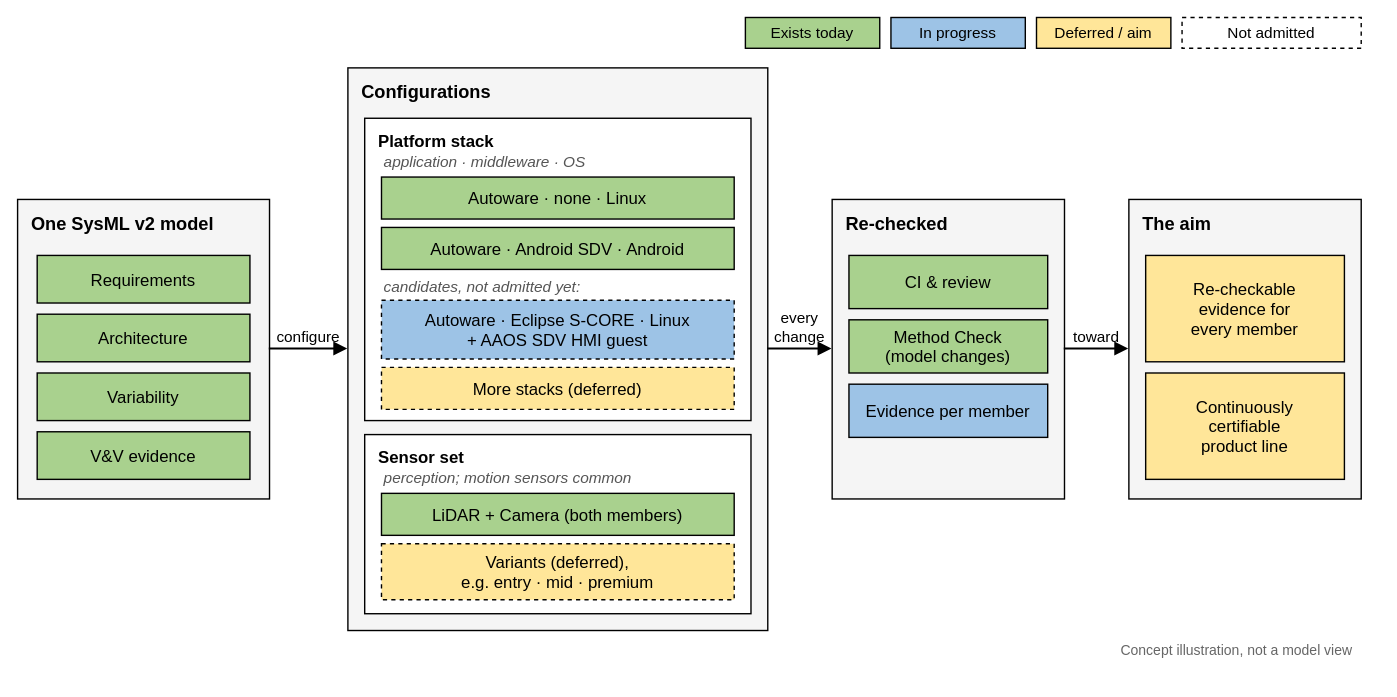
The draw.io diagram docs/getting-started/concept-vision-and-aim.drawio.svg in de4sdv/DE4SDV, before a commit. Source tidied: cells renumbered, new cells last; positions are measured from the earlier drawing's top-left corner, leaving out a move shared by most shapes. Its diagram source:
```xml
<mxGraphModel background="#ffffff">
  <root>
    <mxCell id="0" />
    <mxCell id="1" parent="0" />
    <mxCell id="2" value="Deferred / aim" style="rounded=0;html=0;strokeColor=#000000;strokeWidth=1;fontSize=11;fontFamily=Helvetica;fontColor=#000000;fillColor=#ffe699;" parent="1" vertex="1">
      <mxGeometry x="728" width="96" height="22" as="geometry" />
    </mxCell>
    <mxCell id="3" value="In progress" style="rounded=0;html=0;strokeColor=#000000;strokeWidth=1;fontSize=11;fontFamily=Helvetica;fontColor=#000000;fillColor=#9dc3e6;" parent="1" vertex="1">
      <mxGeometry x="624" width="96" height="22" as="geometry" />
    </mxCell>
    <mxCell id="4" value="Exists today" style="rounded=0;html=0;strokeColor=#000000;strokeWidth=1;fontSize=11;fontFamily=Helvetica;fontColor=#000000;fillColor=#a9d18e;" parent="1" vertex="1">
      <mxGeometry x="520" width="96" height="22" as="geometry" />
    </mxCell>
    <mxCell id="5" value="Not admitted" style="rounded=0;html=0;strokeColor=#000000;strokeWidth=1;fontSize=11;fontFamily=Helvetica;fontColor=#000000;fillColor=#ffffff;dashed=1;" parent="1" vertex="1">
      <mxGeometry x="832" width="128" height="22" as="geometry" />
    </mxCell>
    <mxCell id="6" value="Configurations" style="rounded=0;html=0;fillColor=#f5f5f5;strokeColor=#000000;strokeWidth=1;verticalAlign=top;align=left;spacingLeft=8;spacingTop=3;fontStyle=1;fontSize=13;fontFamily=Helvetica;fontColor=#000000;" parent="1" vertex="1">
      <mxGeometry x="236" y="36" width="300" height="402" as="geometry" />
    </mxCell>
    <mxCell id="7" value="Platform stack" style="rounded=0;html=0;fillColor=#ffffff;strokeColor=#000000;strokeWidth=1;verticalAlign=top;align=left;spacingLeft=8;spacingTop=3;fontStyle=1;fontSize=12;fontFamily=Helvetica;fontColor=#000000;" parent="6" vertex="1">
      <mxGeometry x="12" y="36" width="276" height="216" as="geometry" />
    </mxCell>
    <mxCell id="8" value="application · middleware · OS" style="text;html=0;align=left;verticalAlign=middle;spacingLeft=2;fontSize=11;fontStyle=2;strokeColor=none;fillColor=none;fontFamily=Helvetica;fontColor=#555555;" parent="7" vertex="1">
      <mxGeometry x="10" y="23" width="256" height="15" as="geometry" />
    </mxCell>
    <mxCell id="9" value="Autoware · none · Linux" style="rounded=0;html=0;strokeColor=#000000;strokeWidth=1;fontSize=12;fontFamily=Helvetica;fontColor=#000000;fillColor=#a9d18e;" parent="7" vertex="1">
      <mxGeometry x="12" y="42" width="252" height="30" as="geometry" />
    </mxCell>
    <mxCell id="10" value="Autoware · Android SDV · Android" style="rounded=0;html=0;strokeColor=#000000;strokeWidth=1;fontSize=12;fontFamily=Helvetica;fontColor=#000000;fillColor=#a9d18e;" parent="7" vertex="1">
      <mxGeometry x="12" y="78" width="252" height="30" as="geometry" />
    </mxCell>
    <mxCell id="11" value="candidates, not admitted yet:" style="text;html=0;align=left;verticalAlign=middle;spacingLeft=2;fontSize=11;fontStyle=2;strokeColor=none;fillColor=none;fontFamily=Helvetica;fontColor=#555555;" parent="7" vertex="1">
      <mxGeometry x="10" y="112" width="280" height="16" as="geometry" />
    </mxCell>
    <mxCell id="12" value="Autoware · Eclipse S-CORE · Linux&#10;+ AAOS SDV HMI guest" style="rounded=0;html=0;strokeColor=#000000;strokeWidth=1;fontSize=12;fontFamily=Helvetica;fontColor=#000000;fillColor=#9dc3e6;dashed=1;" parent="7" vertex="1">
      <mxGeometry x="12" y="130" width="252" height="42" as="geometry" />
    </mxCell>
    <mxCell id="13" value="More stacks (deferred)" style="rounded=0;html=0;strokeColor=#000000;strokeWidth=1;fontSize=12;fontFamily=Helvetica;fontColor=#000000;fillColor=#ffe699;dashed=1;" parent="7" vertex="1">
      <mxGeometry x="12" y="178" width="252" height="30" as="geometry" />
    </mxCell>
    <mxCell id="14" value="Sensor set" style="rounded=0;html=0;fillColor=#ffffff;strokeColor=#000000;strokeWidth=1;verticalAlign=top;align=left;spacingLeft=8;spacingTop=3;fontStyle=1;fontSize=12;fontFamily=Helvetica;fontColor=#000000;" parent="6" vertex="1">
      <mxGeometry x="12" y="262" width="276" height="128" as="geometry" />
    </mxCell>
    <mxCell id="15" value="perception; motion sensors common" style="text;html=0;align=left;verticalAlign=middle;spacingLeft=2;fontSize=11;fontStyle=2;strokeColor=none;fillColor=none;fontFamily=Helvetica;fontColor=#555555;" parent="14" vertex="1">
      <mxGeometry x="10" y="23" width="256" height="15" as="geometry" />
    </mxCell>
    <mxCell id="16" value="LiDAR + Camera (both members)" style="rounded=0;html=0;strokeColor=#000000;strokeWidth=1;fontSize=12;fontFamily=Helvetica;fontColor=#000000;fillColor=#a9d18e;" parent="14" vertex="1">
      <mxGeometry x="12" y="42" width="252" height="30" as="geometry" />
    </mxCell>
    <mxCell id="17" value="Variants (deferred),&#10;e.g. entry · mid · premium" style="rounded=0;html=0;strokeColor=#000000;strokeWidth=1;fontSize=12;fontFamily=Helvetica;fontColor=#000000;fillColor=#ffe699;dashed=1;" parent="14" vertex="1">
      <mxGeometry x="12" y="78" width="252" height="40" as="geometry" />
    </mxCell>
    <mxCell id="18" value="One SysML v2 model" style="rounded=0;html=0;fillColor=#f5f5f5;strokeColor=#000000;strokeWidth=1;verticalAlign=top;align=left;spacingLeft=8;spacingTop=3;fontStyle=1;fontSize=13;fontFamily=Helvetica;fontColor=#000000;" parent="1" vertex="1">
      <mxGeometry y="130" width="180" height="214" as="geometry" />
    </mxCell>
    <mxCell id="19" value="Requirements" style="rounded=0;html=0;strokeColor=#000000;strokeWidth=1;fontSize=12;fontFamily=Helvetica;fontColor=#000000;fillColor=#a9d18e;" parent="18" vertex="1">
      <mxGeometry x="14" y="40" width="152" height="34" as="geometry" />
    </mxCell>
    <mxCell id="20" value="Architecture" style="rounded=0;html=0;strokeColor=#000000;strokeWidth=1;fontSize=12;fontFamily=Helvetica;fontColor=#000000;fillColor=#a9d18e;" parent="18" vertex="1">
      <mxGeometry x="14" y="82" width="152" height="34" as="geometry" />
    </mxCell>
    <mxCell id="21" value="Variability" style="rounded=0;html=0;strokeColor=#000000;strokeWidth=1;fontSize=12;fontFamily=Helvetica;fontColor=#000000;fillColor=#a9d18e;" parent="18" vertex="1">
      <mxGeometry x="14" y="124" width="152" height="34" as="geometry" />
    </mxCell>
    <mxCell id="22" value="V&amp;V evidence" style="rounded=0;html=0;strokeColor=#000000;strokeWidth=1;fontSize=12;fontFamily=Helvetica;fontColor=#000000;fillColor=#a9d18e;" parent="18" vertex="1">
      <mxGeometry x="14" y="166" width="152" height="34" as="geometry" />
    </mxCell>
    <mxCell id="23" value="Re-checked" style="rounded=0;html=0;fillColor=#f5f5f5;strokeColor=#000000;strokeWidth=1;verticalAlign=top;align=left;spacingLeft=8;spacingTop=3;fontStyle=1;fontSize=13;fontFamily=Helvetica;fontColor=#000000;" parent="1" vertex="1">
      <mxGeometry x="582" y="130" width="166" height="214" as="geometry" />
    </mxCell>
    <mxCell id="24" value="CI &amp; review" style="rounded=0;html=0;strokeColor=#000000;strokeWidth=1;fontSize=12;fontFamily=Helvetica;fontColor=#000000;fillColor=#a9d18e;" parent="23" vertex="1">
      <mxGeometry x="12" y="40" width="142" height="38" as="geometry" />
    </mxCell>
    <mxCell id="25" value="Method Check&#10;(model changes)" style="rounded=0;html=0;strokeColor=#000000;strokeWidth=1;fontSize=12;fontFamily=Helvetica;fontColor=#000000;fillColor=#a9d18e;" parent="23" vertex="1">
      <mxGeometry x="12" y="86" width="142" height="38" as="geometry" />
    </mxCell>
    <mxCell id="26" value="Evidence per member" style="rounded=0;html=0;strokeColor=#000000;strokeWidth=1;fontSize=12;fontFamily=Helvetica;fontColor=#000000;fillColor=#9dc3e6;" parent="23" vertex="1">
      <mxGeometry x="12" y="132" width="142" height="38" as="geometry" />
    </mxCell>
    <mxCell id="27" value="The aim" style="rounded=0;html=0;fillColor=#f5f5f5;strokeColor=#000000;strokeWidth=1;verticalAlign=top;align=left;spacingLeft=8;spacingTop=3;fontStyle=1;fontSize=13;fontFamily=Helvetica;fontColor=#000000;" parent="1" vertex="1">
      <mxGeometry x="794" y="130" width="166" height="214" as="geometry" />
    </mxCell>
    <mxCell id="28" value="Re-checkable&#10;evidence for&#10;every member" style="rounded=0;html=0;strokeColor=#000000;strokeWidth=1;fontSize=12;fontFamily=Helvetica;fontColor=#000000;fillColor=#ffe699;" parent="27" vertex="1">
      <mxGeometry x="12" y="40" width="142" height="76" as="geometry" />
    </mxCell>
    <mxCell id="29" value="Continuously&#10;certifiable&#10;product line" style="rounded=0;html=0;strokeColor=#000000;strokeWidth=1;fontSize=12;fontFamily=Helvetica;fontColor=#000000;fillColor=#ffe699;" parent="27" vertex="1">
      <mxGeometry x="12" y="124" width="142" height="76" as="geometry" />
    </mxCell>
    <mxCell id="30" value="configure" style="edgeStyle=orthogonalEdgeStyle;rounded=0;html=0;endArrow=block;endFill=1;strokeColor=#000000;strokeWidth=1.5;fontSize=11;verticalAlign=bottom;labelBackgroundColor=none;fontFamily=Helvetica;fontColor=#000000;exitX=1;exitY=0.5;entryX=0;entryY=0.5;" parent="1" edge="1" source="18" target="6">
      <mxGeometry relative="1" as="geometry" />
    </mxCell>
    <mxCell id="31" value="every&#10;change" style="edgeStyle=orthogonalEdgeStyle;rounded=0;html=0;endArrow=block;endFill=1;strokeColor=#000000;strokeWidth=1.5;fontSize=11;verticalAlign=bottom;labelBackgroundColor=none;fontFamily=Helvetica;fontColor=#000000;exitX=1;exitY=0.5;entryX=0;entryY=0.5;" parent="1" edge="1" source="6" target="23">
      <mxGeometry relative="1" as="geometry" />
    </mxCell>
    <mxCell id="32" value="toward" style="edgeStyle=orthogonalEdgeStyle;rounded=0;html=0;endArrow=block;endFill=1;strokeColor=#000000;strokeWidth=1.5;fontSize=11;verticalAlign=bottom;labelBackgroundColor=none;fontFamily=Helvetica;fontColor=#000000;exitX=1;exitY=0.5;entryX=0;entryY=0.5;" parent="1" edge="1" source="23" target="27">
      <mxGeometry relative="1" as="geometry" />
    </mxCell>
    <mxCell id="33" value="Concept illustration, not a model view" style="text;html=0;align=right;verticalAlign=middle;spacingRight=4;fontSize=10;fontFamily=Helvetica;fontColor=#666666;strokeColor=none;fillColor=none;" parent="1" vertex="1">
      <mxGeometry x="660" y="444" width="300" height="16" as="geometry" />
    </mxCell>
  </root>
</mxGraphModel>
```
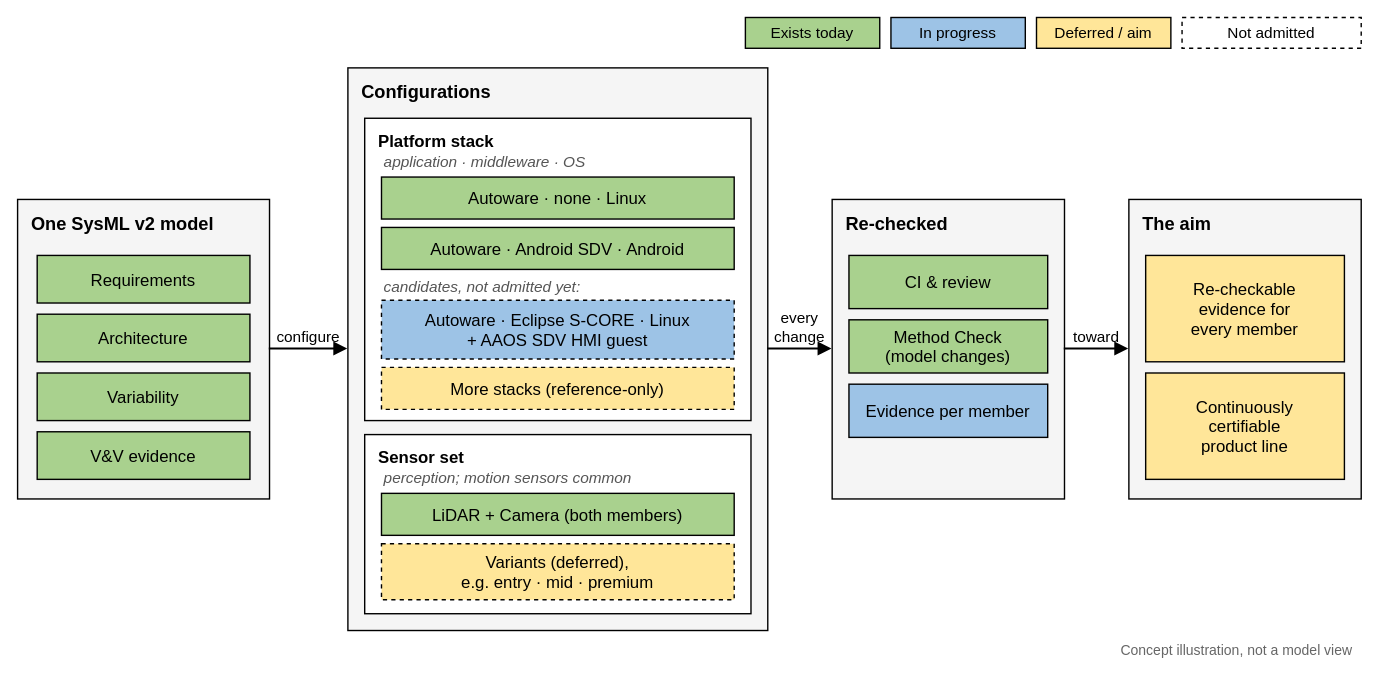
The same diagram one commit later.

Commit message:
docs(getting-started): use the scope's status word for further stacks

ADR 0014 and its scope model call the catalogue's other stack candidates
reference-only, so the vision drawing labels them "More stacks
(reference-only)" instead of "deferred", and the alt text follows.
"Deferred" stays for the sensor-set variants, which the scope model
defers. The governed level of the product line now links the scope
model next to ADR 0014.

The edit, as a diff of the source:
```diff
@@ -35,7 +35,7 @@
     <mxCell id="12" value="Autoware · Eclipse S-CORE · Linux&#10;+ AAOS SDV HMI guest" style="rounded=0;html=0;strokeColor=#000000;strokeWidth=1;fontSize=12;fontFamily=Helvetica;fontColor=#000000;fillColor=#9dc3e6;dashed=1;" parent="7" vertex="1">
       <mxGeometry x="12" y="130" width="252" height="42" as="geometry" />
     </mxCell>
-    <mxCell id="13" value="More stacks (deferred)" style="rounded=0;html=0;strokeColor=#000000;strokeWidth=1;fontSize=12;fontFamily=Helvetica;fontColor=#000000;fillColor=#ffe699;dashed=1;" parent="7" vertex="1">
+    <mxCell id="13" value="More stacks (reference-only)" style="rounded=0;html=0;strokeColor=#000000;strokeWidth=1;fontSize=12;fontFamily=Helvetica;fontColor=#000000;fillColor=#ffe699;dashed=1;" parent="7" vertex="1">
       <mxGeometry x="12" y="178" width="252" height="30" as="geometry" />
     </mxCell>
     <mxCell id="14" value="Sensor set" style="rounded=0;html=0;fillColor=#ffffff;strokeColor=#000000;strokeWidth=1;verticalAlign=top;align=left;spacingLeft=8;spacingTop=3;fontStyle=1;fontSize=12;fontFamily=Helvetica;fontColor=#000000;" parent="6" vertex="1">
```
